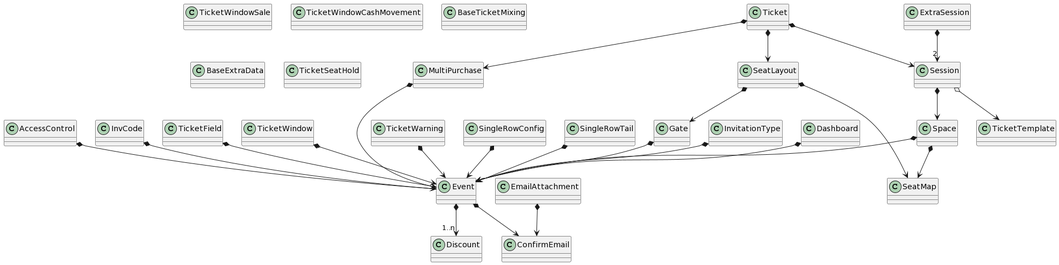
This is docs/domain.png from wadobo/congressus, a PlantUML export, as it was before one commit.
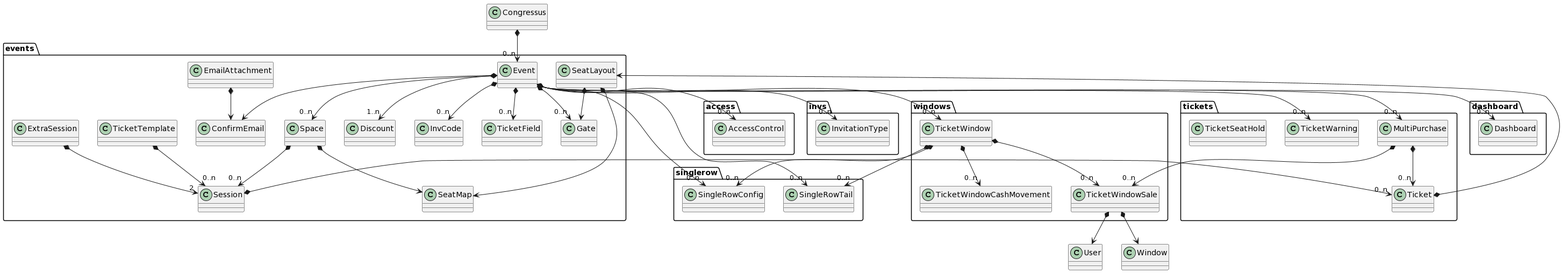
After the commit.

Diff of the diagram source:
```diff
@@ -1,68 +1,90 @@
 @startuml
-class Event
-class Discount
-class SeatMap
-class Gate
-class SeatLayout
-class Space
-class Session
-class ExtraSession
-class ConfirmEmail
-class EmailAttachment
-class InvCode
-class TicketField
-class TicketTemplate
+class Congressus
 
-class TicketWindow
-class TicketWindowSale
-class TicketWindowCashMovement
+package events {
+    class ConfirmEmail
+    class Discount
+    class EmailAttachment
+    class Event
+    class ExtraSession
+    class Gate
+    class InvCode
+    class SeatLayout
+    class SeatMap
+    class Session
+    class Space
+    class TicketField
+    class TicketTemplate
+}
 
-class BaseTicketMixing
-class BaseExtraData
-class MultiPurchase
-class Ticket
-class TicketWarning
-class TicketSeatHold
+package windows {
+    class TicketWindow
+    class TicketWindowSale
+    class TicketWindowCashMovement
+}
 
-class SingleRowConfig
-class SingleRowTail
+package tickets {
+    class MultiPurchase
+    class Ticket
+    class TicketWarning
+    class TicketSeatHold
+}
 
-class InvitationType
+package access {
+    class AccessControl
+}
 
-class Dashboard
+package invs {
+    class InvitationType
+}
 
-class AccessControl
+package singlerow {
+    class SingleRowConfig
+    class SingleRowTail
+}
+
+package dashboard {
+    class Dashboard
+}
 
 
-Ticket *--> Session
+Congressus *--> "0..n" Event
+Event *--> "0..n" MultiPurchase
+Event *--> "0..n" TicketWindow
+Event *--> "1..n" Discount
+Event *--> "0..n" TicketWarning
+Event *--> "0..n" SingleRowConfig
+Event *--> "0..n" SingleRowTail
+Event *--> "0..n" InvitationType
+Event *--> "0..n" Dashboard
+Event *--> "0..n" AccessControl
+Event *--> "0..n" Space
+Event *--> ConfirmEmail
+Event *--> "0..n" Gate
+Event *--> "0..n" InvCode
+Event *--> "0..n" TicketField
+
+MultiPurchase *--> "0..n" Ticket
+MultiPurchase *--> "0..n" TicketWindowSale
+TicketWindow *--> "0..n" TicketWindowSale
+TicketWindowSale *--> User
+TicketWindowSale *--> Window
+TicketWindow *--> "0..n" TicketWindowCashMovement
+TicketWindow *--> "0..n" SingleRowTail
+TicketWindow *--> "0..n" SingleRowConfig
+
+Space *--> "0..n" Session
+TicketTemplate *--> "0..n" Session
+Session *--> "0..n" Ticket
+
 Ticket *--> SeatLayout
-Ticket *--> MultiPurchase
-
-Event *--> ConfirmEmail
-Event *--> "1..n" Discount
 
 SeatLayout *--> SeatMap
 SeatLayout *--> Gate
 
-Space *--> Event
 Space *--> SeatMap
 
-Session *--> Space
-Session o--> TicketTemplate
 ExtraSession *--> "2" Session
 
 EmailAttachment *--> ConfirmEmail
-
-Gate *--> Event
-InvCode *--> Event
-TicketField *--> Event
-
-TicketWindow *--> Event
-MultiPurchase *--> Event
-TicketWarning *--> Event
-SingleRowConfig *--> Event
-SingleRowTail *--> Event
-InvitationType *--> Event
-Dashboard *--> Event
-AccessControl *--> Event
 @enduml
```
